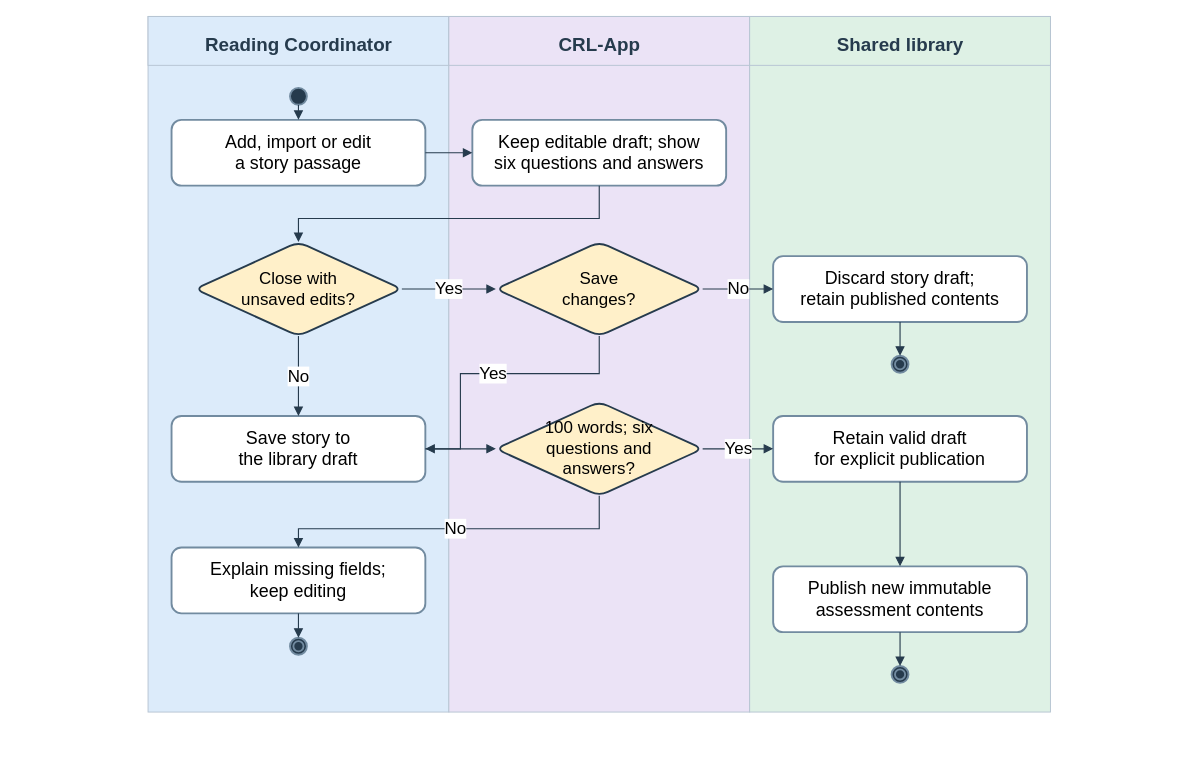
Before: docs/diagrams/class-workspaces/figure-12-story-editing.drawio in AkuSayangKamuJudaSayang/crl-app, a draw.io diagram. Source tidied: cells renumbered, new cells numbered last; positions are measured from the earlier drawing's top-left corner, leaving out a move shared by most shapes. Both pictures are drawn from the tidied source at 94%, with x=0, y=0 at pixel (16, 16).
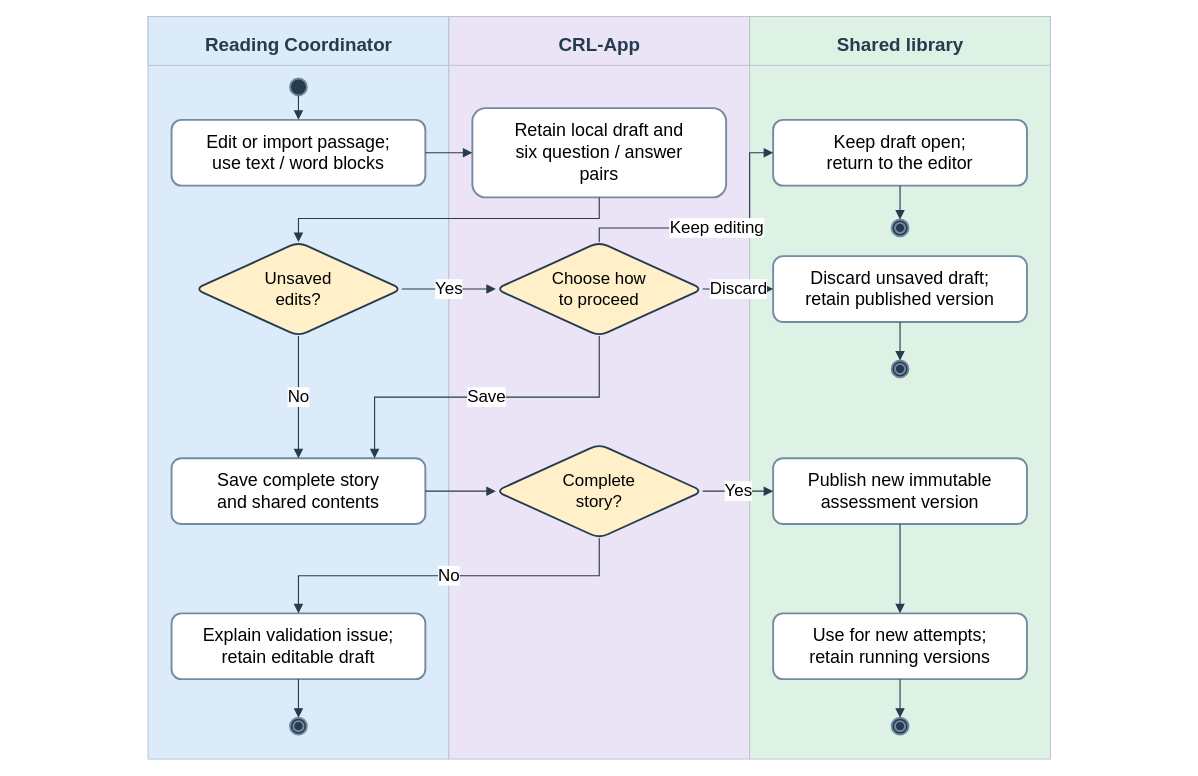
The same diagram, later.

Diff of the diagram source:
```diff
@@
     <mxCell id="2" style="rounded=0;fillColor=#dcebfa;strokeColor=#b6c4d2;" parent="1" vertex="1">
-      <mxGeometry x="140" width="320" height="740" as="geometry" />
+      <mxGeometry x="140" width="320" height="790" as="geometry" />
     </mxCell>
@@
     <mxCell id="5" style="rounded=0;fillColor=#ebe3f6;strokeColor=#b6c4d2;" parent="1" vertex="1">
-      <mxGeometry x="460" width="320" height="740" as="geometry" />
+      <mxGeometry x="460" width="320" height="790" as="geometry" />
     </mxCell>
@@
     <mxCell id="8" style="rounded=0;fillColor=#def1e5;strokeColor=#b6c4d2;" parent="1" vertex="1">
-      <mxGeometry x="780" width="320" height="740" as="geometry" />
+      <mxGeometry x="780" width="320" height="790" as="geometry" />
     </mxCell>
@@
     <mxCell id="11" style="rounded=1;whiteSpace=wrap;html=1;fontFamily=Arial;fillColor=#ffffff;strokeColor=#728ba0;strokeWidth=2;fontSize=19;shape=ellipse;fillColor=#263b4d;" parent="1" vertex="1">
-      <mxGeometry x="291" y="76" width="18" height="18" as="geometry" />
+      <mxGeometry x="291" y="66" width="18" height="18" as="geometry" />
     </mxCell>
-    <mxCell id="12" value="Add, import or edit&lt;br&gt;a story passage" style="rounded=1;whiteSpace=wrap;html=1;fontFamily=Arial;fillColor=#ffffff;strokeColor=#728ba0;strokeWidth=2;fontSize=19;" parent="1" vertex="1">
+    <mxCell id="12" value="Edit or import passage;&lt;br&gt;use text / word blocks" style="rounded=1;whiteSpace=wrap;html=1;fontFamily=Arial;fillColor=#ffffff;strokeColor=#728ba0;strokeWidth=2;fontSize=19;" parent="1" vertex="1">
       <mxGeometry x="165" y="110" width="270" height="70" as="geometry" />
     </mxCell>
-    <mxCell id="13" value="Keep editable draft; show&lt;br&gt;six questions and answers" style="rounded=1;whiteSpace=wrap;html=1;fontFamily=Arial;fillColor=#ffffff;strokeColor=#728ba0;strokeWidth=2;fontSize=19;" parent="1" vertex="1">
-      <mxGeometry x="485" y="110" width="270" height="70" as="geometry" />
+    <mxCell id="13" value="Retain local draft and&lt;br&gt;six question / answer&lt;br&gt;pairs" style="rounded=1;whiteSpace=wrap;html=1;fontFamily=Arial;fillColor=#ffffff;strokeColor=#728ba0;strokeWidth=2;fontSize=19;" parent="1" vertex="1">
+      <mxGeometry x="485" y="97.5" width="270" height="95" as="geometry" />
     </mxCell>
-    <mxCell id="14" value="Close with&lt;br&gt;unsaved edits?" style="rounded=1;whiteSpace=wrap;html=1;fontFamily=Arial;fillColor=#ffffff;strokeColor=#728ba0;strokeWidth=2;fontSize=19;shape=rhombus;strokeColor=#263b4d;fillColor=#fff0c9;fontSize=18;" parent="1" vertex="1">
+    <mxCell id="14" value="Unsaved&lt;br&gt;edits?" style="rounded=1;whiteSpace=wrap;html=1;fontFamily=Arial;fillColor=#ffffff;strokeColor=#728ba0;strokeWidth=2;fontSize=19;shape=rhombus;strokeColor=#263b4d;fillColor=#fff0c9;fontSize=18;" parent="1" vertex="1">
       <mxGeometry x="190" y="240" width="220" height="100" as="geometry" />
     </mxCell>
-    <mxCell id="15" value="Save&lt;br&gt;changes?" style="rounded=1;whiteSpace=wrap;html=1;fontFamily=Arial;fillColor=#ffffff;strokeColor=#728ba0;strokeWidth=2;fontSize=19;shape=rhombus;strokeColor=#263b4d;fillColor=#fff0c9;fontSize=18;" parent="1" vertex="1">
+    <mxCell id="15" value="Choose how&lt;br&gt;to proceed" style="rounded=1;whiteSpace=wrap;html=1;fontFamily=Arial;fillColor=#ffffff;strokeColor=#728ba0;strokeWidth=2;fontSize=19;shape=rhombus;strokeColor=#263b4d;fillColor=#fff0c9;fontSize=18;" parent="1" vertex="1">
       <mxGeometry x="510" y="240" width="220" height="100" as="geometry" />
     </mxCell>
+    <mxCell id="39" value="Keep draft open;&lt;br&gt;return to the editor" style="rounded=1;whiteSpace=wrap;html=1;fontFamily=Arial;fillColor=#ffffff;strokeColor=#728ba0;strokeWidth=2;fontSize=19;" parent="1" vertex="1">
+      <mxGeometry x="805" y="110" width="270" height="70" as="geometry" />
+    </mxCell>
+    <mxCell id="40" style="rounded=1;whiteSpace=wrap;html=1;fontFamily=Arial;fillColor=#ffffff;strokeColor=#728ba0;strokeWidth=2;fontSize=19;shape=doubleEllipse;fillColor=#263b4d;" parent="1" vertex="1">
+      <mxGeometry x="931" y="216" width="18" height="18" as="geometry" />
+    </mxCell>
-    <mxCell id="16" value="Discard story draft;&lt;br&gt;retain published contents" style="rounded=1;whiteSpace=wrap;html=1;fontFamily=Arial;fillColor=#ffffff;strokeColor=#728ba0;strokeWidth=2;fontSize=19;" parent="1" vertex="1">
+    <mxCell id="16" value="Discard unsaved draft;&lt;br&gt;retain published version" style="rounded=1;whiteSpace=wrap;html=1;fontFamily=Arial;fillColor=#ffffff;strokeColor=#728ba0;strokeWidth=2;fontSize=19;" parent="1" vertex="1">
       <mxGeometry x="805" y="255" width="270" height="70" as="geometry" />
     </mxCell>
     <mxCell id="17" style="rounded=1;whiteSpace=wrap;html=1;fontFamily=Arial;fillColor=#ffffff;strokeColor=#728ba0;strokeWidth=2;fontSize=19;shape=doubleEllipse;fillColor=#263b4d;" parent="1" vertex="1">
-      <mxGeometry x="931" y="361" width="18" height="18" as="geometry" />
+      <mxGeometry x="931" y="366" width="18" height="18" as="geometry" />
     </mxCell>
-    <mxCell id="18" value="Save story to&lt;br&gt;the library draft" style="rounded=1;whiteSpace=wrap;html=1;fontFamily=Arial;fillColor=#ffffff;strokeColor=#728ba0;strokeWidth=2;fontSize=19;" parent="1" vertex="1">
-      <mxGeometry x="165" y="425" width="270" height="70" as="geometry" />
+    <mxCell id="18" value="Save complete story&lt;br&gt;and shared contents" style="rounded=1;whiteSpace=wrap;html=1;fontFamily=Arial;fillColor=#ffffff;strokeColor=#728ba0;strokeWidth=2;fontSize=19;" parent="1" vertex="1">
+      <mxGeometry x="165" y="470" width="270" height="70" as="geometry" />
     </mxCell>
-    <mxCell id="19" value="100 words; six&lt;br&gt;questions and&lt;br&gt;answers?" style="rounded=1;whiteSpace=wrap;html=1;fontFamily=Arial;fillColor=#ffffff;strokeColor=#728ba0;strokeWidth=2;fontSize=19;shape=rhombus;strokeColor=#263b4d;fillColor=#fff0c9;fontSize=18;" parent="1" vertex="1">
-      <mxGeometry x="510" y="410" width="220" height="100" as="geometry" />
+    <mxCell id="19" value="Complete&lt;br&gt;story?" style="rounded=1;whiteSpace=wrap;html=1;fontFamily=Arial;fillColor=#ffffff;strokeColor=#728ba0;strokeWidth=2;fontSize=19;shape=rhombus;strokeColor=#263b4d;fillColor=#fff0c9;fontSize=18;" parent="1" vertex="1">
+      <mxGeometry x="510" y="455" width="220" height="100" as="geometry" />
     </mxCell>
-    <mxCell id="20" value="Explain missing fields;&lt;br&gt;keep editing" style="rounded=1;whiteSpace=wrap;html=1;fontFamily=Arial;fillColor=#ffffff;strokeColor=#728ba0;strokeWidth=2;fontSize=19;" parent="1" vertex="1">
-      <mxGeometry x="165" y="565" width="270" height="70" as="geometry" />
+    <mxCell id="20" value="Explain validation issue;&lt;br&gt;retain editable draft" style="rounded=1;whiteSpace=wrap;html=1;fontFamily=Arial;fillColor=#ffffff;strokeColor=#728ba0;strokeWidth=2;fontSize=19;" parent="1" vertex="1">
+      <mxGeometry x="165" y="635" width="270" height="70" as="geometry" />
     </mxCell>
     <mxCell id="21" style="rounded=1;whiteSpace=wrap;html=1;fontFamily=Arial;fillColor=#ffffff;strokeColor=#728ba0;strokeWidth=2;fontSize=19;shape=doubleEllipse;fillColor=#263b4d;" parent="1" vertex="1">
-      <mxGeometry x="291" y="661" width="18" height="18" as="geometry" />
+      <mxGeometry x="291" y="746" width="18" height="18" as="geometry" />
     </mxCell>
-    <mxCell id="22" value="Retain valid draft&lt;br&gt;for explicit publication" style="rounded=1;whiteSpace=wrap;html=1;fontFamily=Arial;fillColor=#ffffff;strokeColor=#728ba0;strokeWidth=2;fontSize=19;" parent="1" vertex="1">
-      <mxGeometry x="805" y="425" width="270" height="70" as="geometry" />
-    </mxCell>
-    <mxCell id="23" value="Publish new immutable&lt;br&gt;assessment contents" style="rounded=1;whiteSpace=wrap;html=1;fontFamily=Arial;fillColor=#ffffff;strokeColor=#728ba0;strokeWidth=2;fontSize=19;" parent="1" vertex="1">
-      <mxGeometry x="805" y="585" width="270" height="70" as="geometry" />
+    <mxCell id="23" value="Publish new immutable&lt;br&gt;assessment version" style="rounded=1;whiteSpace=wrap;html=1;fontFamily=Arial;fillColor=#ffffff;strokeColor=#728ba0;strokeWidth=2;fontSize=19;" parent="1" vertex="1">
+      <mxGeometry x="805" y="470" width="270" height="70" as="geometry" />
     </mxCell>
+    <mxCell id="41" value="Use for new attempts;&lt;br&gt;retain running versions" style="rounded=1;whiteSpace=wrap;html=1;fontFamily=Arial;fillColor=#ffffff;strokeColor=#728ba0;strokeWidth=2;fontSize=19;" parent="1" vertex="1">
+      <mxGeometry x="805" y="635" width="270" height="70" as="geometry" />
+    </mxCell>
     <mxCell id="24" style="rounded=1;whiteSpace=wrap;html=1;fontFamily=Arial;fillColor=#ffffff;strokeColor=#728ba0;strokeWidth=2;fontSize=19;shape=doubleEllipse;fillColor=#263b4d;" parent="1" vertex="1">
-      <mxGeometry x="931" y="691" width="18" height="18" as="geometry" />
+      <mxGeometry x="931" y="746" width="18" height="18" as="geometry" />
     </mxCell>
@@
-    <mxCell id="29" value="No" style="edgeStyle=orthogonalEdgeStyle;rounded=0;html=1;endArrow=block;endFill=1;endSize=7;strokeColor=#263b4d;strokeWidth=1.2;exitX=1;exitY=0.5;entryX=0;entryY=0.5;fontSize=18;labelBackgroundColor=#ffffff;" parent="1" edge="1" source="15" target="16">
+    <mxCell id="29" value="Discard" style="edgeStyle=orthogonalEdgeStyle;rounded=0;html=1;endArrow=block;endFill=1;endSize=7;strokeColor=#263b4d;strokeWidth=1.2;exitX=1;exitY=0.5;entryX=0;entryY=0.5;fontSize=18;labelBackgroundColor=#ffffff;" parent="1" edge="1" source="15" target="16">
       <mxGeometry relative="1" as="geometry" />
     </mxCell>
@@
-    <mxCell id="31" value="Yes" style="edgeStyle=orthogonalEdgeStyle;rounded=0;html=1;endArrow=block;endFill=1;endSize=7;strokeColor=#263b4d;strokeWidth=1.2;exitX=0.5;exitY=1;entryX=1;entryY=0.5;fontSize=18;labelBackgroundColor=#ffffff;" parent="1" edge="1" source="15" target="18">
+    <mxCell id="31" value="Keep editing" style="edgeStyle=orthogonalEdgeStyle;rounded=0;html=1;endArrow=block;endFill=1;endSize=7;strokeColor=#263b4d;strokeWidth=1.2;exitX=0.5;exitY=0;entryX=0;entryY=0.5;fontSize=18;labelBackgroundColor=#ffffff;" parent="1" edge="1" source="15" target="39">
       <mxGeometry relative="1" as="geometry">
         <Array as="points">
-          <mxPoint x="620" y="380" />
-          <mxPoint x="472.3" y="380" />
-          <mxPoint x="472.3" y="460" />
+          <mxPoint x="620" y="225" />
+          <mxPoint x="780" y="225" />
+          <mxPoint x="780" y="145" />
         </Array>
       </mxGeometry>
     </mxCell>
-    <mxCell id="32" value="No" style="edgeStyle=orthogonalEdgeStyle;rounded=0;html=1;endArrow=block;endFill=1;endSize=7;strokeColor=#263b4d;strokeWidth=1.2;exitX=0.5;exitY=1;entryX=0.5;entryY=0;fontSize=18;labelBackgroundColor=#ffffff;" parent="1" edge="1" source="14" target="18">
+    <mxCell id="32" style="edgeStyle=orthogonalEdgeStyle;rounded=0;html=1;endArrow=block;endFill=1;endSize=7;strokeColor=#263b4d;strokeWidth=1.2;exitX=0.5;exitY=1;entryX=0.5;entryY=0;fontSize=18;labelBackgroundColor=#ffffff;" parent="1" edge="1" source="39" target="40">
       <mxGeometry relative="1" as="geometry" />
     </mxCell>
-    <mxCell id="33" style="edgeStyle=orthogonalEdgeStyle;rounded=0;html=1;endArrow=block;endFill=1;endSize=7;strokeColor=#263b4d;strokeWidth=1.2;exitX=1;exitY=0.5;entryX=0;entryY=0.5;fontSize=18;labelBackgroundColor=#ffffff;" parent="1" edge="1" source="18" target="19">
-      <mxGeometry relative="1" as="geometry" />
+    <mxCell id="33" value="Save" style="edgeStyle=orthogonalEdgeStyle;rounded=0;html=1;endArrow=block;endFill=1;endSize=7;strokeColor=#263b4d;strokeWidth=1.2;exitX=0.5;exitY=1;entryX=0.8;entryY=0;fontSize=18;labelBackgroundColor=#ffffff;" parent="1" edge="1" source="15" target="18">
+      <mxGeometry relative="1" as="geometry">
+        <Array as="points">
+          <mxPoint x="620" y="405" />
+          <mxPoint x="381" y="405" />
+        </Array>
+      </mxGeometry>
     </mxCell>
-    <mxCell id="34" value="No" style="edgeStyle=orthogonalEdgeStyle;rounded=0;html=1;endArrow=block;endFill=1;endSize=7;strokeColor=#263b4d;strokeWidth=1.2;exitX=0.5;exitY=1;entryX=0.5;entryY=0;fontSize=18;labelBackgroundColor=#ffffff;" parent="1" edge="1" source="19" target="20">
-      <mxGeometry relative="1" as="geometry">
-        <Array as="points">
-          <mxPoint x="620" y="545" />
-          <mxPoint x="300" y="545" />
-        </Array>
-      </mxGeometry>
+    <mxCell id="34" value="No" style="edgeStyle=orthogonalEdgeStyle;rounded=0;html=1;endArrow=block;endFill=1;endSize=7;strokeColor=#263b4d;strokeWidth=1.2;exitX=0.5;exitY=1;entryX=0.5;entryY=0;fontSize=18;labelBackgroundColor=#ffffff;" parent="1" edge="1" source="14" target="18">
+      <mxGeometry relative="1" as="geometry" />
     </mxCell>
-    <mxCell id="35" style="edgeStyle=orthogonalEdgeStyle;rounded=0;html=1;endArrow=block;endFill=1;endSize=7;strokeColor=#263b4d;strokeWidth=1.2;exitX=0.5;exitY=1;entryX=0.5;entryY=0;fontSize=18;labelBackgroundColor=#ffffff;" parent="1" edge="1" source="20" target="21">
+    <mxCell id="35" style="edgeStyle=orthogonalEdgeStyle;rounded=0;html=1;endArrow=block;endFill=1;endSize=7;strokeColor=#263b4d;strokeWidth=1.2;exitX=1;exitY=0.5;entryX=0;entryY=0.5;fontSize=18;labelBackgroundColor=#ffffff;" parent="1" edge="1" source="18" target="19">
       <mxGeometry relative="1" as="geometry" />
     </mxCell>
-    <mxCell id="36" value="Yes" style="edgeStyle=orthogonalEdgeStyle;rounded=0;html=1;endArrow=block;endFill=1;endSize=7;strokeColor=#263b4d;strokeWidth=1.2;exitX=1;exitY=0.5;entryX=0;entryY=0.5;fontSize=18;labelBackgroundColor=#ffffff;" parent="1" edge="1" source="19" target="22">
-      <mxGeometry relative="1" as="geometry" />
+    <mxCell id="36" value="No" style="edgeStyle=orthogonalEdgeStyle;rounded=0;html=1;endArrow=block;endFill=1;endSize=7;strokeColor=#263b4d;strokeWidth=1.2;exitX=0.5;exitY=1;entryX=0.5;entryY=0;fontSize=18;labelBackgroundColor=#ffffff;" parent="1" edge="1" source="19" target="20">
+      <mxGeometry relative="1" as="geometry">
+        <Array as="points">
+          <mxPoint x="620" y="595" />
+          <mxPoint x="300" y="595" />
+        </Array>
+      </mxGeometry>
     </mxCell>
-    <mxCell id="37" style="edgeStyle=orthogonalEdgeStyle;rounded=0;html=1;endArrow=block;endFill=1;endSize=7;strokeColor=#263b4d;strokeWidth=1.2;exitX=0.5;exitY=1;entryX=0.5;entryY=0;fontSize=18;labelBackgroundColor=#ffffff;" parent="1" edge="1" source="22" target="23">
+    <mxCell id="37" style="edgeStyle=orthogonalEdgeStyle;rounded=0;html=1;endArrow=block;endFill=1;endSize=7;strokeColor=#263b4d;strokeWidth=1.2;exitX=0.5;exitY=1;entryX=0.5;entryY=0;fontSize=18;labelBackgroundColor=#ffffff;" parent="1" edge="1" source="20" target="21">
       <mxGeometry relative="1" as="geometry" />
     </mxCell>
-    <mxCell id="38" style="edgeStyle=orthogonalEdgeStyle;rounded=0;html=1;endArrow=block;endFill=1;endSize=7;strokeColor=#263b4d;strokeWidth=1.2;exitX=0.5;exitY=1;entryX=0.5;entryY=0;fontSize=18;labelBackgroundColor=#ffffff;" parent="1" edge="1" source="23" target="24">
+    <mxCell id="38" value="Yes" style="edgeStyle=orthogonalEdgeStyle;rounded=0;html=1;endArrow=block;endFill=1;endSize=7;strokeColor=#263b4d;strokeWidth=1.2;exitX=1;exitY=0.5;entryX=0;entryY=0.5;fontSize=18;labelBackgroundColor=#ffffff;" parent="1" edge="1" source="19" target="23">
       <mxGeometry relative="1" as="geometry" />
     </mxCell>
+    <mxCell id="42" style="edgeStyle=orthogonalEdgeStyle;rounded=0;html=1;endArrow=block;endFill=1;endSize=7;strokeColor=#263b4d;strokeWidth=1.2;exitX=0.5;exitY=1;entryX=0.5;entryY=0;fontSize=18;labelBackgroundColor=#ffffff;" parent="1" edge="1" source="23" target="41">
+      <mxGeometry relative="1" as="geometry" />
+    </mxCell>
+    <mxCell id="43" style="edgeStyle=orthogonalEdgeStyle;rounded=0;html=1;endArrow=block;endFill=1;endSize=7;strokeColor=#263b4d;strokeWidth=1.2;exitX=0.5;exitY=1;entryX=0.5;entryY=0;fontSize=18;labelBackgroundColor=#ffffff;" parent="1" edge="1" source="41" target="24">
+      <mxGeometry relative="1" as="geometry" />
+    </mxCell>
```
